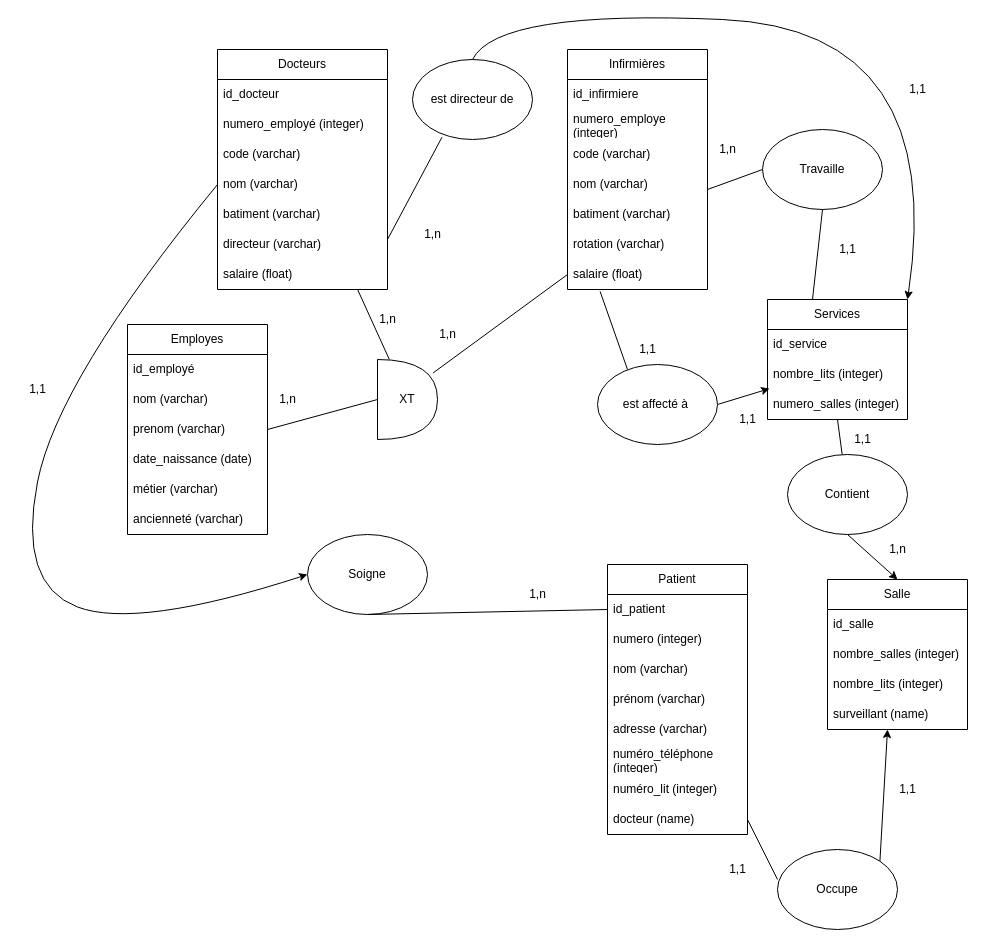
Above: 10_Modelisation_BDD/tp2.drawio in AnthonyAH8/CDA_2023 (draw.io), before the change. Source tidied: cells renumbered, new cells numbered last; positions are measured from the earlier drawing's top-left corner, leaving out a move shared by most shapes. Both pictures are drawn from the tidied source at 100%, with x=0, y=0 at pixel (17, 9).
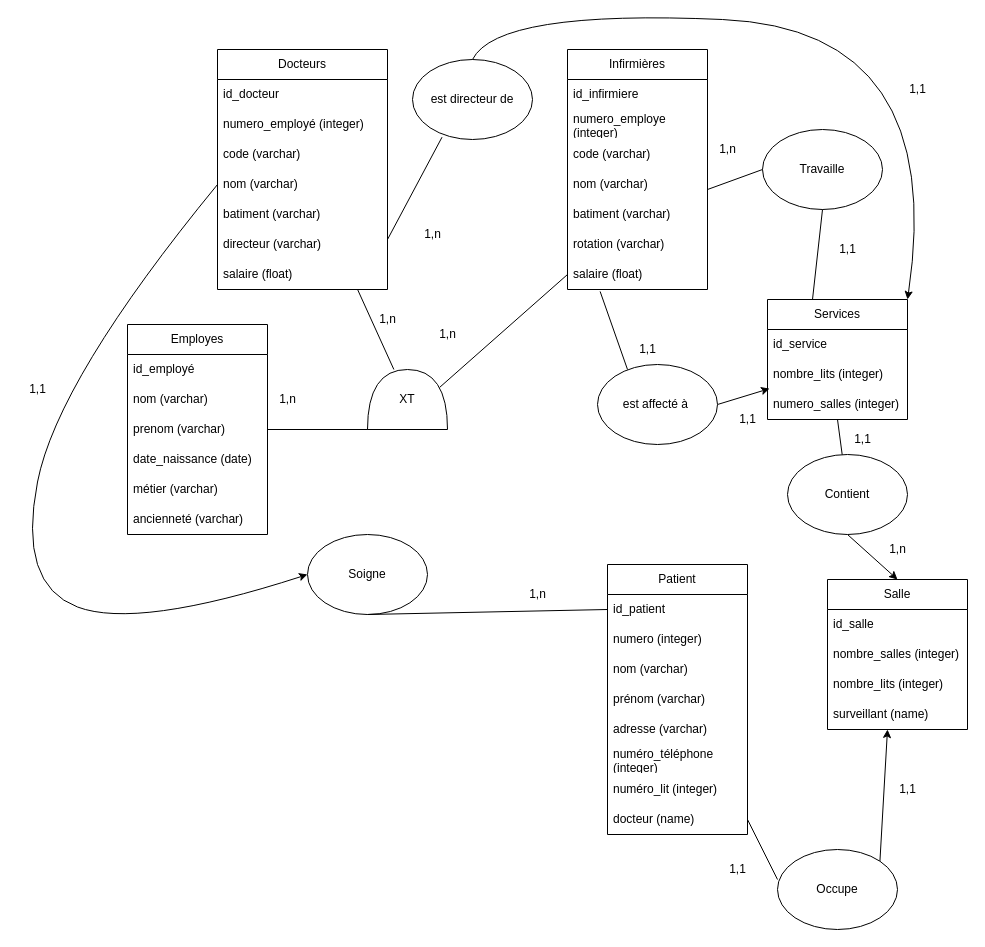
The same page after the edit.

The change refers to these unchanged cells:
```xml
<mxCell id="17" value="salaire (float)" style="text;strokeColor=none;fillColor=none;align=left;verticalAlign=middle;spacingLeft=4;spacingRight=4;overflow=hidden;points=[[0,0.5],[1,0.5]];portConstraint=eastwest;whiteSpace=wrap;html=1;" parent="10" vertex="1">
  <mxGeometry y="210" width="140" height="30" as="geometry" />
</mxCell>
```

What changed in the source:
```diff
@@
-    <mxCell id="55" style="endArrow=none;html=1;entryX=0;entryY=0.5;entryDx=0;entryDy=0;exitX=0.928;exitY=0.167;exitDx=0;exitDy=0;exitPerimeter=0;" parent="1" edge="1" source="77" target="17">
+    <mxCell id="55" style="endArrow=none;html=1;entryX=0;entryY=0.5;entryDx=0;entryDy=0;exitX=0.7;exitY=0.9;exitDx=0;exitDy=0;exitPerimeter=0;" parent="1" edge="1" source="77" target="17">
       <mxGeometry relative="1" as="geometry" />
     </mxCell>
@@
-    <mxCell id="77" value="XT" style="shape=or;whiteSpace=wrap;html=1;" parent="1" vertex="1">
-      <mxGeometry x="360" y="350" width="60" height="80" as="geometry" />
+    <mxCell id="77" value="XT" style="shape=or;whiteSpace=wrap;html=1;direction=north;" parent="1" vertex="1">
+      <mxGeometry x="350" y="360" width="80" height="60" as="geometry" />
     </mxCell>
```
